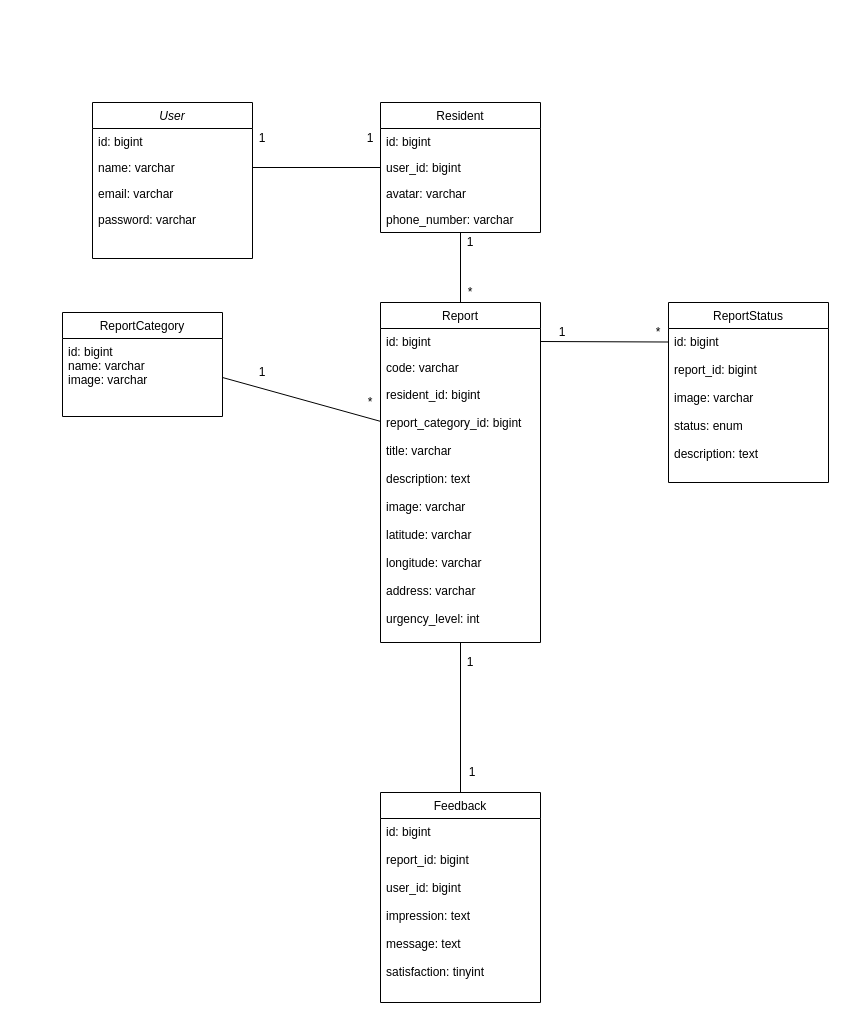
Before: class-diagram.drawio in mzaedan/laporaja, a draw.io diagram. Source tidied: cells renumbered, new cells numbered last; positions are measured from the earlier drawing's top-left corner, leaving out a move shared by most shapes. Both pictures are drawn from the tidied source at 100%, with x=0, y=0 at pixel (62, 102).
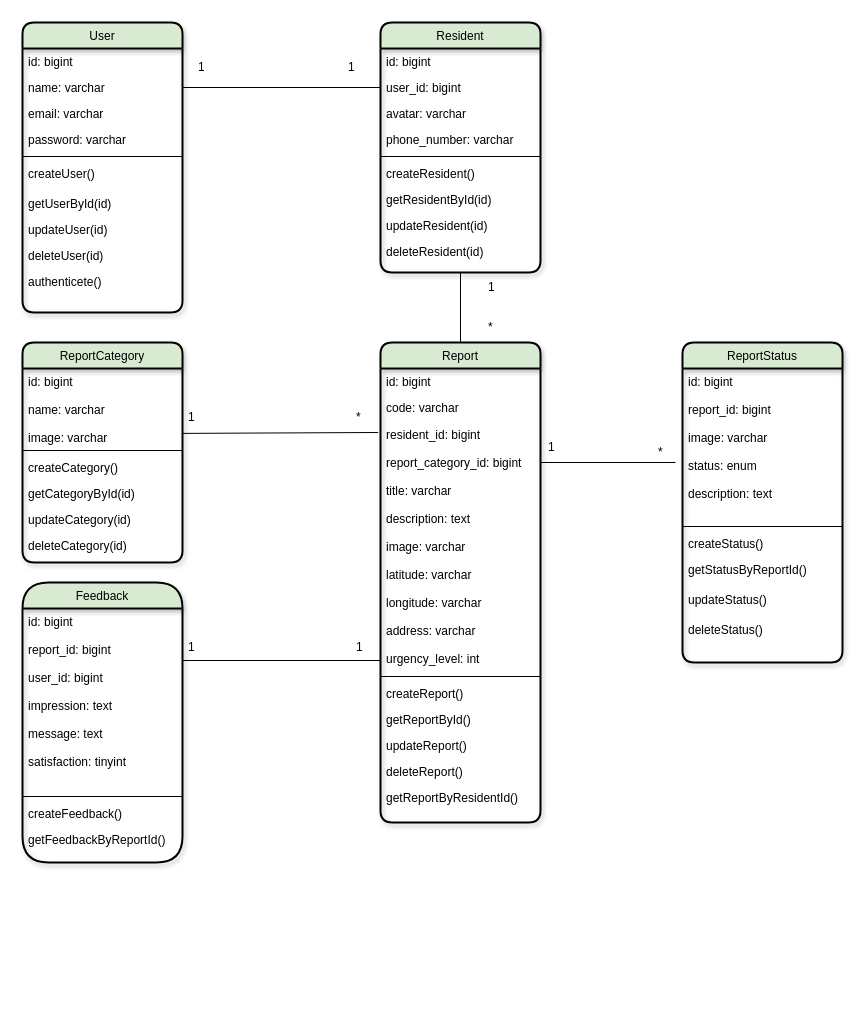
After the change.

The change refers to these unchanged cells:
```xml
<mxCell id="13" value="id: bigint" style="text;align=left;verticalAlign=top;spacingLeft=4;spacingRight=4;overflow=hidden;points=[[0,0.5],[1,0.5]];portConstraint=eastwest;" parent="12" vertex="1">
  <mxGeometry y="26" width="160" height="26" as="geometry" />
</mxCell>
<mxCell id="15" value="resident_id: bigint&#10;&#10;report_category_id: bigint&#10;&#10;title: varchar&#10;&#10;description: text&#10;&#10;image: varchar&#10;&#10;latitude: varchar&#10;&#10;longitude: varchar&#10;&#10;address: varchar&#10;&#10;urgency_level: int" style="text;align=left;verticalAlign=top;spacingLeft=4;spacingRight=4;overflow=hidden;points=[[0,0.5],[1,0.5]];portConstraint=eastwest;spacingTop=1;" parent="12" vertex="1">
  <mxGeometry y="78" width="160" height="252" as="geometry" />
</mxCell>
```

The edit, as a diff of the source:
```diff
@@
-    <mxCell id="2" value="User" style="swimlane;fontStyle=2;align=center;verticalAlign=top;horizontal=1;startSize=26;rounded=0;shadow=0;strokeWidth=1;" parent="1" vertex="1">
-      <mxGeometry x="30" width="160" height="156" as="geometry" />
+    <mxCell id="2" value="User" style="swimlane;fontStyle=0;align=center;verticalAlign=top;horizontal=1;startSize=26;rounded=1;shadow=1;strokeWidth=2;fillColor=#D9EAD3;" parent="1" vertex="1">
+      <mxGeometry x="-40" y="-80" width="160" height="290" as="geometry" />
     </mxCell>
@@
+    <mxCell id="37" style="line;strokeWidth=1;fillColor=none;align=left;verticalAlign=middle;spacingTop=-1;spacingLeft=3;spacingRight=3;labelPosition=right;" parent="2" vertex="1">
+      <mxGeometry y="130" width="160" height="8" as="geometry" />
+    </mxCell>
+    <mxCell id="38" value="createUser()" style="text;align=left;verticalAlign=top;spacingLeft=4;spacingRight=4;overflow=hidden;" parent="2" vertex="1">
+      <mxGeometry y="138" width="160" height="30" as="geometry" />
+    </mxCell>
+    <mxCell id="39" value="getUserById(id)" style="text;align=left;verticalAlign=top;spacingLeft=4;spacingRight=4;overflow=hidden;" parent="2" vertex="1">
+      <mxGeometry y="168" width="160" height="26" as="geometry" />
+    </mxCell>
+    <mxCell id="40" value="updateUser(id)" style="text;align=left;verticalAlign=top;spacingLeft=4;spacingRight=4;overflow=hidden;" parent="2" vertex="1">
+      <mxGeometry y="194" width="160" height="26" as="geometry" />
+    </mxCell>
+    <mxCell id="41" value="deleteUser(id)" style="text;align=left;verticalAlign=top;spacingLeft=4;spacingRight=4;overflow=hidden;" parent="2" vertex="1">
+      <mxGeometry y="220" width="160" height="26" as="geometry" />
+    </mxCell>
+    <mxCell id="42" value="authenticete()" style="text;align=left;verticalAlign=top;spacingLeft=4;spacingRight=4;overflow=hidden;" parent="2" vertex="1">
+      <mxGeometry y="246" width="160" height="26" as="geometry" />
+    </mxCell>
-    <mxCell id="7" value="Resident" style="swimlane;fontStyle=0;align=center;verticalAlign=top;horizontal=1;startSize=26;rounded=0;shadow=0;strokeWidth=1;" parent="1" vertex="1">
-      <mxGeometry x="318" width="160" height="130" as="geometry" />
+    <mxCell id="7" value="Resident" style="swimlane;fontStyle=0;align=center;verticalAlign=top;horizontal=1;startSize=26;rounded=1;shadow=1;strokeWidth=2;fillColor=#D9EAD3;" parent="1" vertex="1">
+      <mxGeometry x="318" y="-80" width="160" height="250" as="geometry" />
     </mxCell>
@@
+    <mxCell id="43" style="line;strokeWidth=1;fillColor=none;align=left;verticalAlign=middle;spacingTop=-1;spacingLeft=3;spacingRight=3;labelPosition=right;" parent="7" vertex="1">
+      <mxGeometry y="130" width="160" height="8" as="geometry" />
+    </mxCell>
+    <mxCell id="44" value="createResident()" style="text;align=left;verticalAlign=top;spacingLeft=4;spacingRight=4;overflow=hidden;" parent="7" vertex="1">
+      <mxGeometry y="138" width="160" height="26" as="geometry" />
+    </mxCell>
+    <mxCell id="45" value="getResidentById(id)" style="text;align=left;verticalAlign=top;spacingLeft=4;spacingRight=4;overflow=hidden;" parent="7" vertex="1">
+      <mxGeometry y="164" width="160" height="26" as="geometry" />
+    </mxCell>
+    <mxCell id="46" value="updateResident(id)" style="text;align=left;verticalAlign=top;spacingLeft=4;spacingRight=4;overflow=hidden;" parent="7" vertex="1">
+      <mxGeometry y="190" width="160" height="26" as="geometry" />
+    </mxCell>
+    <mxCell id="47" value="deleteResident(id)" style="text;align=left;verticalAlign=top;spacingLeft=4;spacingRight=4;overflow=hidden;" parent="7" vertex="1">
+      <mxGeometry y="216" width="160" height="26" as="geometry" />
+    </mxCell>
-    <mxCell id="12" value="Report" style="swimlane;fontStyle=0;align=center;verticalAlign=top;horizontal=1;startSize=26;rounded=0;shadow=0;strokeWidth=1;" parent="1" vertex="1">
-      <mxGeometry x="318" y="200" width="160" height="340" as="geometry" />
+    <mxCell id="12" value="Report" style="swimlane;fontStyle=0;align=center;verticalAlign=top;horizontal=1;startSize=26;rounded=1;shadow=1;strokeWidth=2;fillColor=#D9EAD3;" parent="1" vertex="1">
+      <mxGeometry x="318" y="240" width="160" height="480" as="geometry" />
     </mxCell>
@@
+    <mxCell id="48" style="line;strokeWidth=1;fillColor=none;align=left;verticalAlign=middle;spacingTop=-1;spacingLeft=3;spacingRight=3;labelPosition=right;" parent="12" vertex="1">
+      <mxGeometry y="330" width="160" height="8" as="geometry" />
+    </mxCell>
+    <mxCell id="49" value="createReport()&#10;" style="text;align=left;verticalAlign=top;spacingLeft=4;spacingRight=4;overflow=hidden;" parent="12" vertex="1">
+      <mxGeometry y="338" width="160" height="26" as="geometry" />
+    </mxCell>
+    <mxCell id="50" value="getReportById()&#10;" style="text;align=left;verticalAlign=top;spacingLeft=4;spacingRight=4;overflow=hidden;" parent="12" vertex="1">
+      <mxGeometry y="364" width="160" height="26" as="geometry" />
+    </mxCell>
+    <mxCell id="51" value="updateReport()&#10;" style="text;align=left;verticalAlign=top;spacingLeft=4;spacingRight=4;overflow=hidden;" parent="12" vertex="1">
+      <mxGeometry y="390" width="160" height="26" as="geometry" />
+    </mxCell>
+    <mxCell id="52" value="deleteReport()&#10;" style="text;align=left;verticalAlign=top;spacingLeft=4;spacingRight=4;overflow=hidden;" parent="12" vertex="1">
+      <mxGeometry y="416" width="160" height="26" as="geometry" />
+    </mxCell>
+    <mxCell id="53" value="getReportByResidentId()&#10;" style="text;align=left;verticalAlign=top;spacingLeft=4;spacingRight=4;overflow=hidden;" parent="12" vertex="1">
+      <mxGeometry y="442" width="160" height="26" as="geometry" />
+    </mxCell>
-    <mxCell id="16" value="ReportCategory" style="swimlane;fontStyle=0;align=center;verticalAlign=top;horizontal=1;startSize=26;rounded=0;shadow=0;strokeWidth=1;" parent="1" vertex="1">
-      <mxGeometry y="210" width="160" height="104" as="geometry" />
+    <mxCell id="16" value="ReportCategory" style="swimlane;fontStyle=0;align=center;verticalAlign=top;horizontal=1;startSize=26;rounded=1;shadow=1;strokeWidth=2;fillColor=#D9EAD3;" parent="1" vertex="1">
+      <mxGeometry x="-40" y="240" width="160" height="220" as="geometry" />
     </mxCell>
-    <mxCell id="17" value="id: bigint&#10;name: varchar&#10;image: varchar" style="text;align=left;verticalAlign=top;spacingLeft=4;spacingRight=4;overflow=hidden;points=[[0,0.5],[1,0.5]];portConstraint=eastwest;" parent="16" vertex="1">
+    <mxCell id="17" value="id: bigint&#10;&#10;name: varchar&#10;&#10;image: varchar" style="text;align=left;verticalAlign=top;spacingLeft=4;spacingRight=4;overflow=hidden;points=[[0,0.5],[1,0.5]];portConstraint=eastwest;" parent="16" vertex="1">
       <mxGeometry y="26" width="160" height="78" as="geometry" />
     </mxCell>
+    <mxCell id="54" style="line;strokeWidth=1;fillColor=none;align=left;verticalAlign=middle;spacingTop=-1;spacingLeft=3;spacingRight=3;labelPosition=right;" parent="16" vertex="1">
+      <mxGeometry y="104" width="160" height="8" as="geometry" />
+    </mxCell>
+    <mxCell id="55" value="createCategory()" style="text;align=left;verticalAlign=top;spacingLeft=4;spacingRight=4;overflow=hidden;" parent="16" vertex="1">
+      <mxGeometry y="112" width="160" height="26" as="geometry" />
+    </mxCell>
+    <mxCell id="56" value="getCategoryById(id)" style="text;align=left;verticalAlign=top;spacingLeft=4;spacingRight=4;overflow=hidden;" parent="16" vertex="1">
+      <mxGeometry y="138" width="160" height="26" as="geometry" />
+    </mxCell>
+    <mxCell id="57" value="updateCategory(id)" style="text;align=left;verticalAlign=top;spacingLeft=4;spacingRight=4;overflow=hidden;" parent="16" vertex="1">
+      <mxGeometry y="164" width="160" height="26" as="geometry" />
+    </mxCell>
+    <mxCell id="58" value="deleteCategory(id)" style="text;align=left;verticalAlign=top;spacingLeft=4;spacingRight=4;overflow=hidden;" parent="16" vertex="1">
+      <mxGeometry y="190" width="160" height="26" as="geometry" />
+    </mxCell>
-    <mxCell id="18" value="ReportStatus" style="swimlane;fontStyle=0;align=center;verticalAlign=top;horizontal=1;startSize=26;rounded=0;shadow=0;strokeWidth=1;" parent="1" vertex="1">
-      <mxGeometry x="606" y="200" width="160" height="180" as="geometry" />
+    <mxCell id="18" value="ReportStatus" style="swimlane;fontStyle=0;align=center;verticalAlign=top;horizontal=1;startSize=26;rounded=1;shadow=1;strokeWidth=2;fillColor=#D9EAD3;" parent="1" vertex="1">
+      <mxGeometry x="620" y="240" width="160" height="320" as="geometry" />
     </mxCell>
@@
+    <mxCell id="59" style="line;strokeWidth=1;fillColor=none;align=left;verticalAlign=middle;spacingTop=-1;spacingLeft=3;spacingRight=3;labelPosition=right;" parent="18" vertex="1">
+      <mxGeometry y="180" width="160" height="8" as="geometry" />
+    </mxCell>
+    <mxCell id="60" value="createStatus()&#10;" style="text;align=left;verticalAlign=top;spacingLeft=4;spacingRight=4;overflow=hidden;" parent="18" vertex="1">
+      <mxGeometry y="188" width="160" height="26" as="geometry" />
+    </mxCell>
+    <mxCell id="61" value="getStatusByReportId()&#10;" style="text;align=left;verticalAlign=top;spacingLeft=4;spacingRight=4;overflow=hidden;" parent="18" vertex="1">
+      <mxGeometry y="214" width="160" height="30" as="geometry" />
+    </mxCell>
+    <mxCell id="62" value="updateStatus()&#10;" style="text;align=left;verticalAlign=top;spacingLeft=4;spacingRight=4;overflow=hidden;" parent="18" vertex="1">
+      <mxGeometry y="244" width="160" height="30" as="geometry" />
+    </mxCell>
+    <mxCell id="63" value="deleteStatus()&#10;" style="text;align=left;verticalAlign=top;spacingLeft=4;spacingRight=4;overflow=hidden;" parent="18" vertex="1">
+      <mxGeometry y="274" width="160" height="26" as="geometry" />
+    </mxCell>
-    <mxCell id="20" value="Feedback" style="swimlane;fontStyle=0;align=center;verticalAlign=top;horizontal=1;startSize=26;rounded=0;shadow=0;strokeWidth=1;" parent="1" vertex="1">
-      <mxGeometry x="318" y="690" width="160" height="210" as="geometry" />
+    <mxCell id="20" value="Feedback" style="swimlane;fontStyle=0;align=center;verticalAlign=top;horizontal=1;startSize=26;rounded=1;shadow=1;strokeWidth=2;fillColor=#D9EAD3;arcSize=50;" parent="1" vertex="1">
+      <mxGeometry x="-40" y="480" width="160" height="280" as="geometry" />
     </mxCell>
@@
+    <mxCell id="64" style="line;strokeWidth=1;fillColor=none;align=left;verticalAlign=middle;spacingTop=-1;spacingLeft=3;spacingRight=3;labelPosition=right;" parent="20" vertex="1">
+      <mxGeometry y="210" width="160" height="8" as="geometry" />
+    </mxCell>
+    <mxCell id="65" value="createFeedback()&#10;" style="text;align=left;verticalAlign=top;spacingLeft=4;spacingRight=4;overflow=hidden;" parent="20" vertex="1">
+      <mxGeometry y="218" width="160" height="26" as="geometry" />
+    </mxCell>
+    <mxCell id="66" value="getFeedbackByReportId()&#10;" style="text;align=left;verticalAlign=top;spacingLeft=4;spacingRight=4;overflow=hidden;" parent="20" vertex="1">
+      <mxGeometry y="244" width="160" height="26" as="geometry" />
+    </mxCell>
@@
-    <mxCell id="23" value="1" style="text;html=1;strokeColor=none;fillColor=none;align=center;verticalAlign=middle;whiteSpace=wrap;rounded=0;" parent="1" vertex="1">
-      <mxGeometry x="190" y="26" width="20" height="20" as="geometry" />
-    </mxCell>
-    <mxCell id="24" value="1" style="text;html=1;strokeColor=none;fillColor=none;align=center;verticalAlign=middle;whiteSpace=wrap;rounded=0;" parent="1" vertex="1">
-      <mxGeometry x="298" y="26" width="20" height="20" as="geometry" />
-    </mxCell>
@@
-    <mxCell id="26" value="1" style="text;html=1;strokeColor=none;fillColor=none;align=center;verticalAlign=middle;whiteSpace=wrap;rounded=0;" parent="1" vertex="1">
-      <mxGeometry x="398" y="130" width="20" height="20" as="geometry" />
-    </mxCell>
-    <mxCell id="27" value="*" style="text;html=1;strokeColor=none;fillColor=none;align=center;verticalAlign=middle;whiteSpace=wrap;rounded=0;" parent="1" vertex="1">
-      <mxGeometry x="398" y="180" width="20" height="20" as="geometry" />
-    </mxCell>
-    <mxCell id="28" style="endArrow=none;html=1;rounded=0;exitX=1;exitY=0.5;exitDx=0;exitDy=0;entryX=-0.001;entryY=0.162;entryDx=0;entryDy=0;entryPerimeter=0;" parent="1" edge="1" source="17" target="15">
-      <mxGeometry relative="1" as="geometry" />
+    <mxCell id="28" style="endArrow=none;html=1;rounded=0;exitX=0.99;exitY=0.147;exitDx=0;exitDy=0;entryX=-0.024;entryY=1.043;entryDx=0;entryDy=0;entryPerimeter=0;exitPerimeter=0;" parent="1" edge="1">
+      <mxGeometry relative="1" as="geometry">
+        <mxPoint x="120" y="330.9" as="sourcePoint" />
+        <mxPoint x="315.6" y="330" as="targetPoint" />
+      </mxGeometry>
     </mxCell>
-    <mxCell id="29" value="1" style="text;html=1;strokeColor=none;fillColor=none;align=center;verticalAlign=middle;whiteSpace=wrap;rounded=0;" parent="1" vertex="1">
-      <mxGeometry x="190" y="260" width="20" height="20" as="geometry" />
-    </mxCell>
-    <mxCell id="30" value="*" style="text;html=1;strokeColor=none;fillColor=none;align=center;verticalAlign=middle;whiteSpace=wrap;rounded=0;" parent="1" vertex="1">
-      <mxGeometry x="298" y="290" width="20" height="20" as="geometry" />
-    </mxCell>
-    <mxCell id="31" style="endArrow=none;html=1;rounded=0;exitX=1;exitY=0.5;exitDx=0;exitDy=0;entryX=0;entryY=0.5;entryDx=0;entryDy=0;" parent="1" edge="1" source="13">
+    <mxCell id="31" style="endArrow=none;html=1;rounded=0;exitX=1.019;exitY=0.133;exitDx=0;exitDy=0;exitPerimeter=0;" parent="1" edge="1">
       <mxGeometry relative="1" as="geometry">
-        <mxPoint x="606" y="239.5" as="targetPoint" />
+        <mxPoint x="478" y="360" as="sourcePoint" />
+        <mxPoint x="613" y="360" as="targetPoint" />
       </mxGeometry>
     </mxCell>
-    <mxCell id="32" value="1" style="text;html=1;strokeColor=none;fillColor=none;align=center;verticalAlign=middle;whiteSpace=wrap;rounded=0;" parent="1" vertex="1">
-      <mxGeometry x="490" y="220" width="20" height="20" as="geometry" />
-    </mxCell>
-    <mxCell id="33" value="*" style="text;html=1;strokeColor=none;fillColor=none;align=center;verticalAlign=middle;whiteSpace=wrap;rounded=0;" parent="1" vertex="1">
-      <mxGeometry x="586" y="220" width="20" height="20" as="geometry" />
-    </mxCell>
-    <mxCell id="34" style="endArrow=none;html=1;rounded=0;exitX=0.5;exitY=1;exitDx=0;exitDy=0;entryX=0.5;entryY=0;entryDx=0;entryDy=0;" parent="1" edge="1" source="12" target="20">
-      <mxGeometry relative="1" as="geometry" />
-    </mxCell>
-    <mxCell id="35" value="1" style="text;html=1;strokeColor=none;fillColor=none;align=center;verticalAlign=middle;whiteSpace=wrap;rounded=0;" parent="1" vertex="1">
-      <mxGeometry x="398" y="550" width="20" height="20" as="geometry" />
-    </mxCell>
-    <mxCell id="36" value="1" style="text;html=1;strokeColor=none;fillColor=none;align=center;verticalAlign=middle;whiteSpace=wrap;rounded=0;" parent="1" vertex="1">
-      <mxGeometry x="400" y="660" width="20" height="20" as="geometry" />
-    </mxCell>
+    <mxCell id="67" style="endArrow=none;html=1;rounded=0;entryX=-0.006;entryY=0.916;entryDx=0;entryDy=0;entryPerimeter=0;" parent="1" edge="1">
+      <mxGeometry relative="1" as="geometry">
+        <mxPoint x="120" y="558" as="sourcePoint" />
+        <mxPoint x="318" y="558" as="targetPoint" />
+      </mxGeometry>
+    </mxCell>
+    <mxCell id="68" value="1" style="text;strokeColor=none;fillColor=none;align=left;verticalAlign=middle;spacingLeft=4;spacingRight=4;overflow=hidden;whiteSpace=wrap;html=1;" parent="1" vertex="1">
+      <mxGeometry x="130" y="-50" width="30" height="30" as="geometry" />
+    </mxCell>
+    <mxCell id="69" value="1" style="text;strokeColor=none;fillColor=none;align=left;verticalAlign=middle;spacingLeft=4;spacingRight=4;overflow=hidden;whiteSpace=wrap;html=1;" parent="1" vertex="1">
+      <mxGeometry x="280" y="-50" width="30" height="30" as="geometry" />
+    </mxCell>
+    <mxCell id="70" value="1" style="text;strokeColor=none;fillColor=none;align=left;verticalAlign=middle;spacingLeft=4;spacingRight=4;overflow=hidden;whiteSpace=wrap;html=1;" parent="1" vertex="1">
+      <mxGeometry x="420" y="170" width="30" height="30" as="geometry" />
+    </mxCell>
+    <mxCell id="71" value="*" style="text;strokeColor=none;fillColor=none;align=left;verticalAlign=middle;spacingLeft=4;spacingRight=4;overflow=hidden;whiteSpace=wrap;html=1;" parent="1" vertex="1">
+      <mxGeometry x="420" y="210" width="30" height="30" as="geometry" />
+    </mxCell>
+    <mxCell id="72" value="1" style="text;strokeColor=none;fillColor=none;align=left;verticalAlign=middle;spacingLeft=4;spacingRight=4;overflow=hidden;whiteSpace=wrap;html=1;" parent="1" vertex="1">
+      <mxGeometry x="120" y="300" width="30" height="30" as="geometry" />
+    </mxCell>
+    <mxCell id="73" value="*" style="text;strokeColor=none;fillColor=none;align=left;verticalAlign=middle;spacingLeft=4;spacingRight=4;overflow=hidden;whiteSpace=wrap;html=1;" parent="1" vertex="1">
+      <mxGeometry x="288" y="300" width="30" height="30" as="geometry" />
+    </mxCell>
+    <mxCell id="74" value="1" style="text;strokeColor=none;fillColor=none;align=left;verticalAlign=middle;spacingLeft=4;spacingRight=4;overflow=hidden;whiteSpace=wrap;html=1;" parent="1" vertex="1">
+      <mxGeometry x="480" y="330" width="30" height="30" as="geometry" />
+    </mxCell>
+    <mxCell id="75" value="*" style="text;strokeColor=none;fillColor=none;align=left;verticalAlign=middle;spacingLeft=4;spacingRight=4;overflow=hidden;whiteSpace=wrap;html=1;" parent="1" vertex="1">
+      <mxGeometry x="590" y="335" width="30" height="30" as="geometry" />
+    </mxCell>
+    <mxCell id="76" value="1" style="text;strokeColor=none;fillColor=none;align=left;verticalAlign=middle;spacingLeft=4;spacingRight=4;overflow=hidden;whiteSpace=wrap;html=1;" parent="1" vertex="1">
+      <mxGeometry x="120" y="530" width="30" height="30" as="geometry" />
+    </mxCell>
+    <mxCell id="77" value="1" style="text;strokeColor=none;fillColor=none;align=left;verticalAlign=middle;spacingLeft=4;spacingRight=4;overflow=hidden;whiteSpace=wrap;html=1;" parent="1" vertex="1">
+      <mxGeometry x="288" y="530" width="30" height="30" as="geometry" />
+    </mxCell>
```
